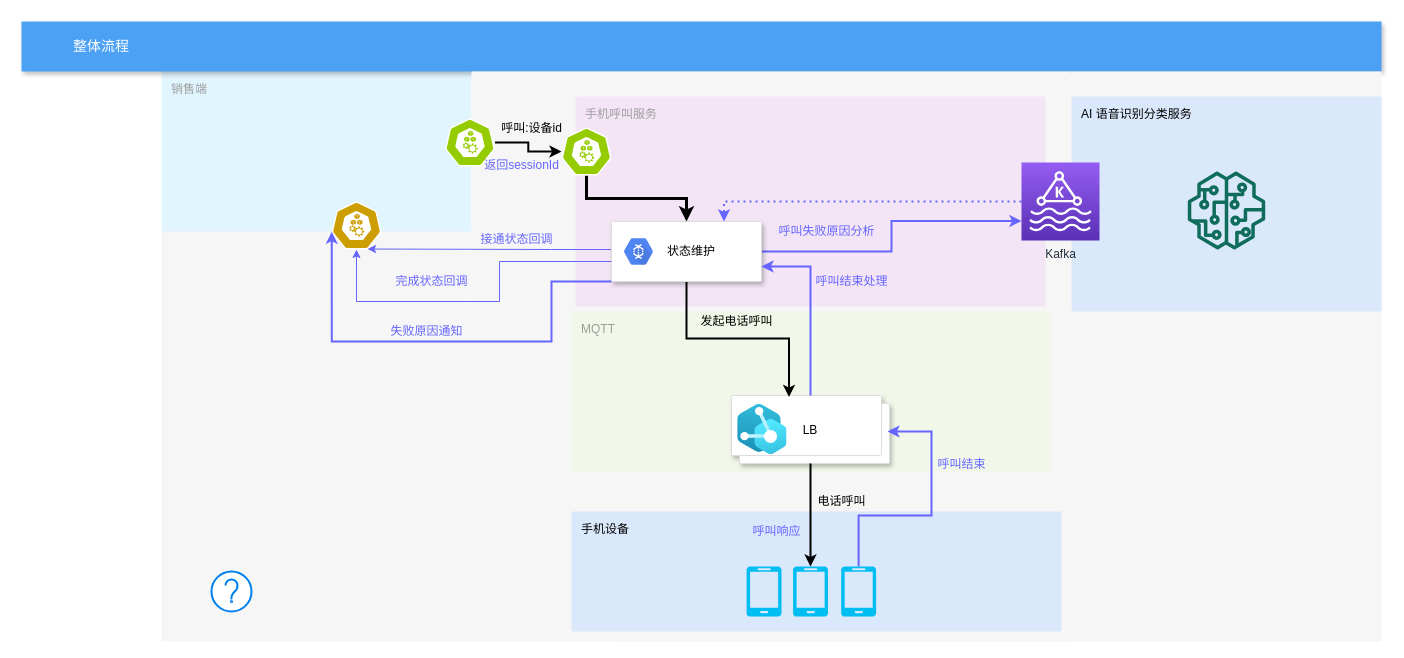
This is craft/Copy of task_magr1.drawio from feihu618/drawio, a draw.io file, before an edit. Source tidied: cells renumbered, new cells numbered last; positions are measured from the earlier drawing's top-left corner, leaving out a move shared by most shapes. Both pictures are drawn from the tidied source at 100%, with x=0, y=0 at pixel (21, 21).
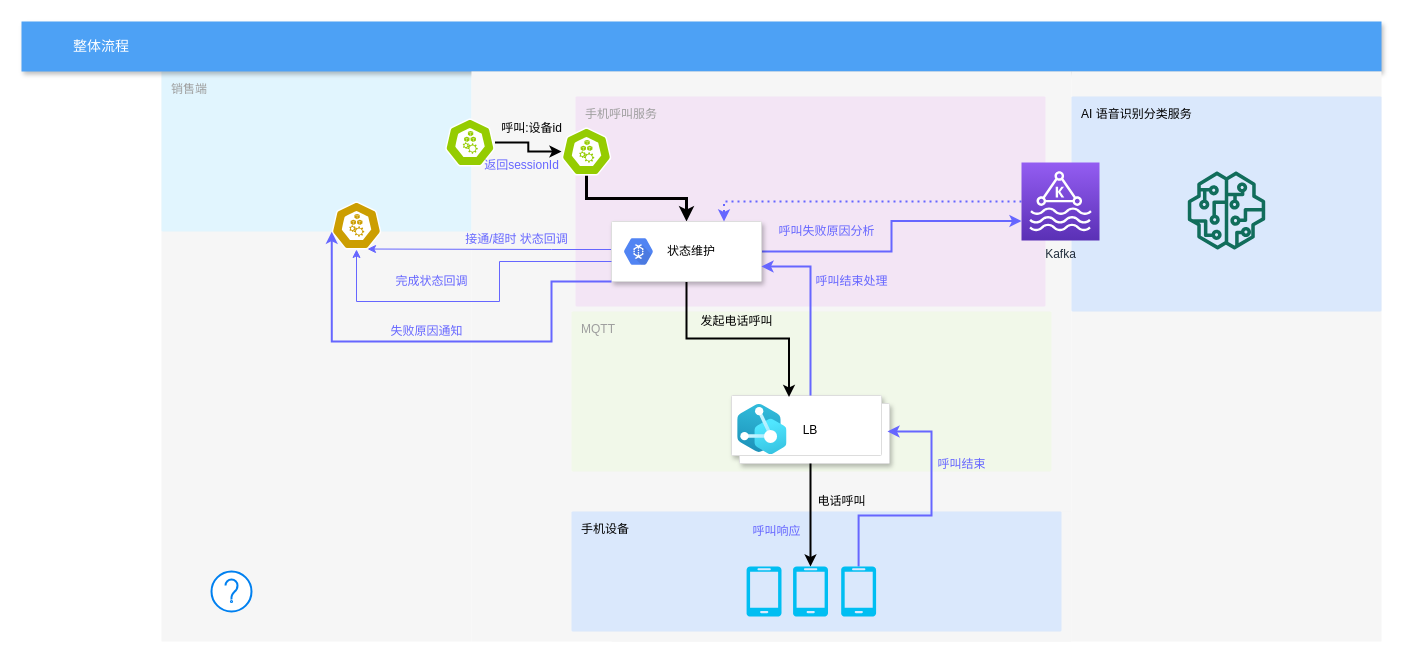
Above is the later version.

Diff of the diagram source:
```diff
@@
-    <mxCell id="26" value="接通状态回调" style="text;html=1;align=center;verticalAlign=middle;fillColor=none;strokeColor=none;rounded=0;fontColor=#6666FF;" parent="1" vertex="1">
-      <mxGeometry x="450" y="208" width="90" height="20" as="geometry" />
+    <mxCell id="26" value="接通/超时 状态回调" style="text;html=1;align=center;verticalAlign=middle;fillColor=none;strokeColor=none;rounded=0;fontColor=#6666FF;" parent="1" vertex="1">
+      <mxGeometry x="435" y="208" width="120" height="20" as="geometry" />
     </mxCell>
```
